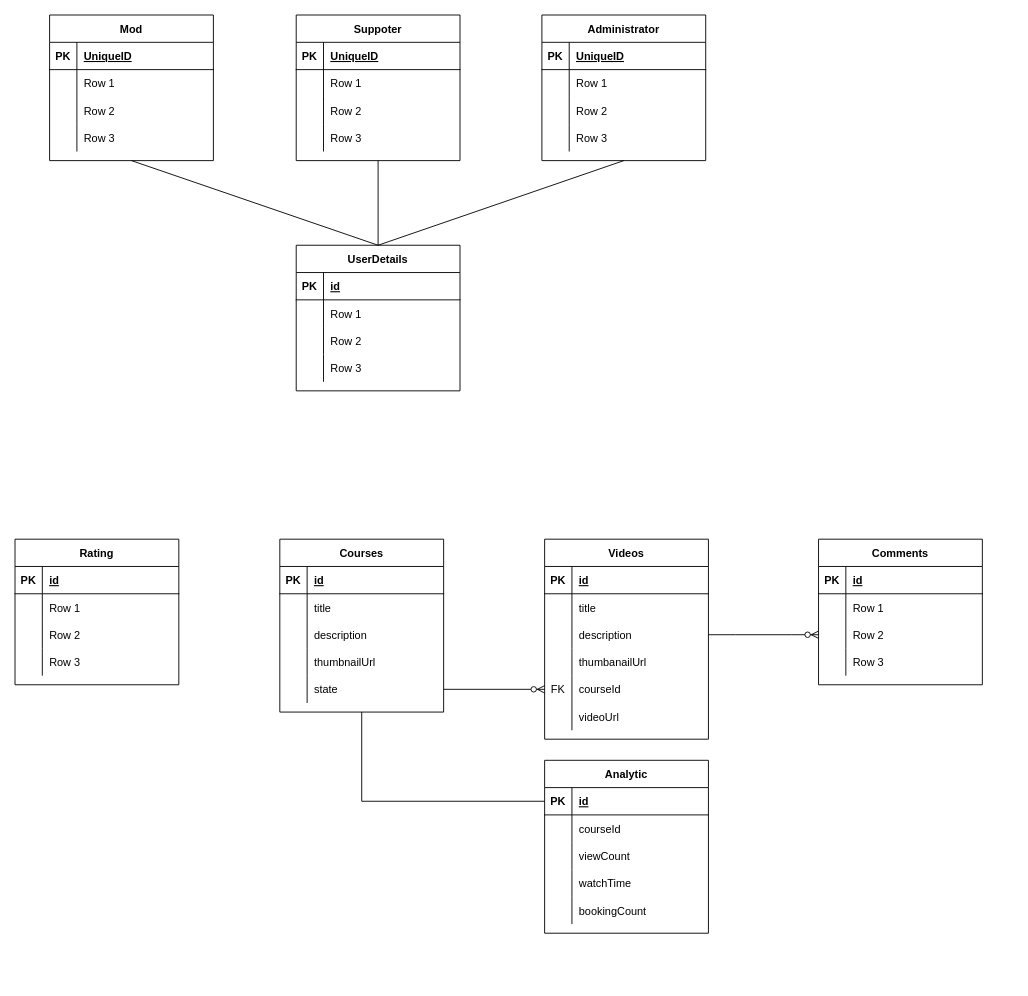
The draw.io diagram docs/database.drawio in asol25/ecommerce_desktop_app, before the edit. Source tidied: cells renumbered, new cells numbered last; positions are measured from the earlier drawing's top-left corner, leaving out a move shared by most shapes. Both pictures are drawn from the tidied source at 91%, with x=0, y=0 at pixel (15, 15).
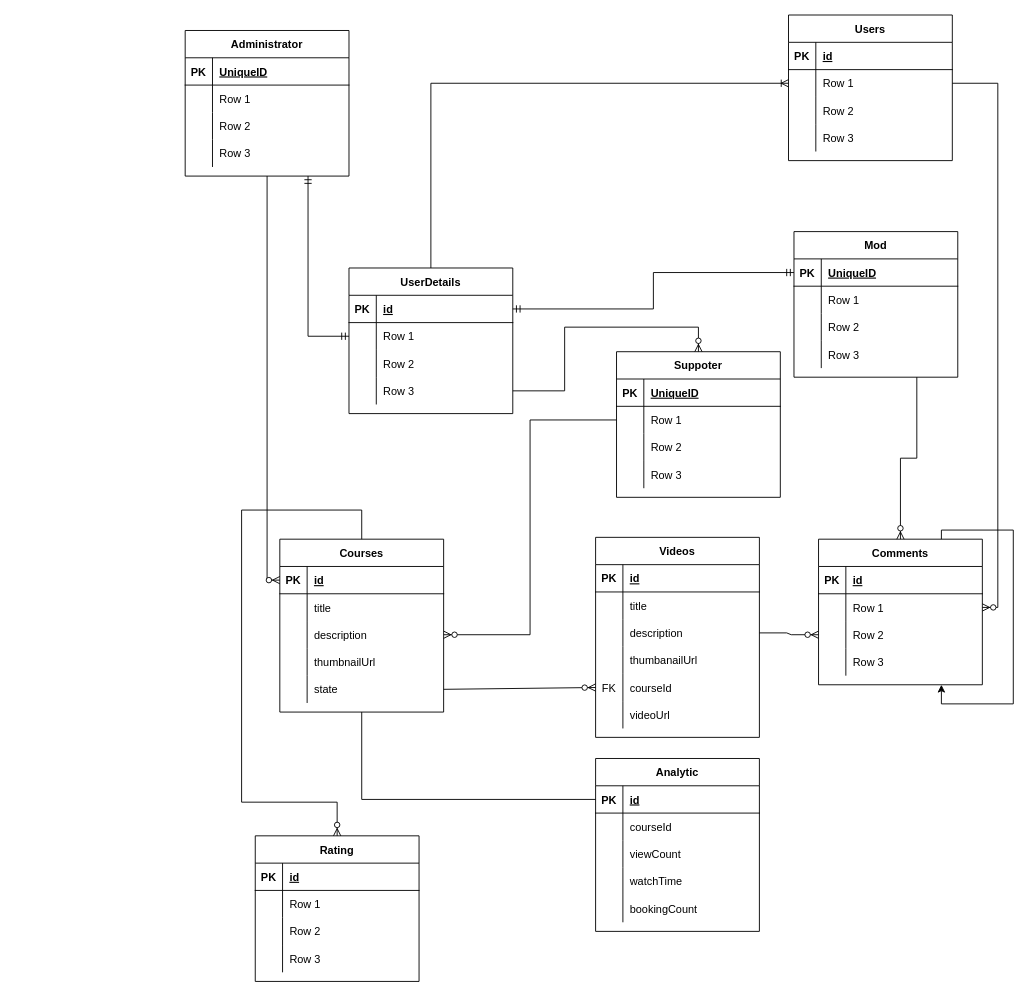
After the change.

Commit message (it also covers changes not shown here):
usecase && database diagram

Unchanged cells that the change refers to:
```xml
<mxCell id="2" value="Courses" style="shape=table;startSize=30;childLayout=tableLayout;rowLines=0;fontStyle=1;align=center;" parent="1" vertex="1">
  <mxGeometry x="291" y="576" width="180" height="190" as="geometry" />
</mxCell>
<mxCell id="3" style="shape=tableRow;horizontal=0;startSize=0;swimlaneHead=0;swimlaneBody=0;fillColor=none;points=[[0,0.5],[1,0.5]];portConstraint=eastwest;top=0;left=0;right=0;bottom=1;" parent="2" vertex="1">
  <mxGeometry y="30" width="180" height="30" as="geometry" />
</mxCell>
<mxCell id="9" style="shape=tableRow;horizontal=0;startSize=0;swimlaneHead=0;swimlaneBody=0;fillColor=none;points=[[0,0.5],[1,0.5]];portConstraint=eastwest;top=0;left=0;right=0;bottom=0;" parent="2" vertex="1">
  <mxGeometry y="90" width="180" height="30" as="geometry" />
</mxCell>
<mxCell id="68" style="shape=tableRow;horizontal=0;startSize=0;swimlaneHead=0;swimlaneBody=0;fillColor=none;points=[[0,0.5],[1,0.5]];portConstraint=eastwest;top=0;left=0;right=0;bottom=1;" parent="67" vertex="1">
  <mxGeometry y="30" width="180" height="30" as="geometry" />
</mxCell>
<mxCell id="71" style="shape=tableRow;horizontal=0;startSize=0;swimlaneHead=0;swimlaneBody=0;fillColor=none;points=[[0,0.5],[1,0.5]];portConstraint=eastwest;top=0;left=0;right=0;bottom=0;" parent="67" vertex="1">
  <mxGeometry y="60" width="180" height="30" as="geometry" />
</mxCell>
<mxCell id="77" style="shape=tableRow;horizontal=0;startSize=0;swimlaneHead=0;swimlaneBody=0;fillColor=none;points=[[0,0.5],[1,0.5]];portConstraint=eastwest;top=0;left=0;right=0;bottom=0;" parent="67" vertex="1">
  <mxGeometry y="120" width="180" height="30" as="geometry" />
</mxCell>
<mxCell id="97" style="shape=tableRow;horizontal=0;startSize=0;swimlaneHead=0;swimlaneBody=0;fillColor=none;points=[[0,0.5],[1,0.5]];portConstraint=eastwest;top=0;left=0;right=0;bottom=0;" parent="93" vertex="1">
  <mxGeometry y="60" width="180" height="30" as="geometry" />
</mxCell>
<mxCell id="107" style="shape=tableRow;horizontal=0;startSize=0;swimlaneHead=0;swimlaneBody=0;fillColor=none;points=[[0,0.5],[1,0.5]];portConstraint=eastwest;top=0;left=0;right=0;bottom=1;" parent="106" vertex="1">
  <mxGeometry y="30" width="180" height="30" as="geometry" />
</mxCell>
<mxCell id="122" value="Comments" style="shape=table;startSize=30;childLayout=tableLayout;rowLines=0;fontStyle=1;align=center;" parent="1" vertex="1">
  <mxGeometry x="883" y="576" width="180" height="160" as="geometry" />
</mxCell>
<mxCell id="126" style="shape=tableRow;horizontal=0;startSize=0;swimlaneHead=0;swimlaneBody=0;fillColor=none;points=[[0,0.5],[1,0.5]];portConstraint=eastwest;top=0;left=0;right=0;bottom=0;" parent="122" vertex="1">
  <mxGeometry y="60" width="180" height="30" as="geometry" />
</mxCell>
```

Diff of the diagram source:
```diff
@@
     <mxCell id="18" value="Videos" style="shape=table;startSize=30;childLayout=tableLayout;rowLines=0;fontStyle=1;align=center;" parent="1" vertex="1">
-      <mxGeometry x="582" y="576" width="180" height="219.8" as="geometry" />
+      <mxGeometry x="638" y="574" width="180" height="219.8" as="geometry" />
     </mxCell>
@@
     <mxCell id="37" value="Rating" style="shape=table;startSize=30;childLayout=tableLayout;rowLines=0;fontStyle=1;align=center;" parent="1" vertex="1">
-      <mxGeometry y="576" width="180" height="160" as="geometry" />
+      <mxGeometry x="264" y="902" width="180" height="160" as="geometry" />
     </mxCell>
@@
     <mxCell id="50" value="Analytic" style="shape=table;startSize=30;childLayout=tableLayout;rowLines=0;fontStyle=1;align=center;" parent="1" vertex="1">
-      <mxGeometry x="582" y="819" width="180" height="190" as="geometry" />
+      <mxGeometry x="638" y="817" width="180" height="190" as="geometry" />
     </mxCell>
@@
     <mxCell id="67" value="UserDetails" style="shape=table;startSize=30;childLayout=tableLayout;rowLines=0;fontStyle=1;align=center;" parent="1" vertex="1">
-      <mxGeometry x="309" y="253" width="180" height="160" as="geometry" />
+      <mxGeometry x="367" y="278" width="180" height="160" as="geometry" />
     </mxCell>
@@
     <mxCell id="80" value="Administrator" style="shape=table;startSize=30;childLayout=tableLayout;rowLines=0;fontStyle=1;align=center;" parent="1" vertex="1">
-      <mxGeometry x="579" width="180" height="160" as="geometry" />
+      <mxGeometry x="187" y="17" width="180" height="160" as="geometry" />
     </mxCell>
@@
     <mxCell id="93" value="Suppoter" style="shape=table;startSize=30;childLayout=tableLayout;rowLines=0;fontStyle=1;align=center;" parent="1" vertex="1">
-      <mxGeometry x="309" width="180" height="160" as="geometry" />
+      <mxGeometry x="661" y="370" width="180" height="160" as="geometry" />
     </mxCell>
@@
     <mxCell id="106" value="Mod" style="shape=table;startSize=30;childLayout=tableLayout;rowLines=0;fontStyle=1;align=center;" parent="1" vertex="1">
-      <mxGeometry x="38" width="180" height="160" as="geometry" />
+      <mxGeometry x="856" y="238" width="180" height="160" as="geometry" />
     </mxCell>
@@
-    <mxCell id="119" style="endArrow=none;html=1;rounded=0;entryX=0.5;entryY=0;entryDx=0;entryDy=0;exitX=0.5;exitY=1;exitDx=0;exitDy=0;" parent="1" edge="1" source="106" target="67">
-      <mxGeometry relative="1" as="geometry" />
-    </mxCell>
-    <mxCell id="120" style="endArrow=none;html=1;rounded=0;exitX=0.5;exitY=0;exitDx=0;exitDy=0;entryX=0.5;entryY=1;entryDx=0;entryDy=0;" parent="1" edge="1" source="67" target="93">
-      <mxGeometry relative="1" as="geometry" />
-    </mxCell>
-    <mxCell id="121" style="endArrow=none;html=1;rounded=0;entryX=0.5;entryY=1;entryDx=0;entryDy=0;exitX=0.5;exitY=0;exitDx=0;exitDy=0;" parent="1" edge="1" source="67" target="80">
-      <mxGeometry relative="1" as="geometry" />
-    </mxCell>
@@
+    <mxCell id="137" value="Users" style="shape=table;startSize=30;childLayout=tableLayout;rowLines=0;fontStyle=1;align=center;" parent="1" vertex="1">
+      <mxGeometry x="850" width="180" height="160" as="geometry" />
+    </mxCell>
+    <mxCell id="138" style="shape=tableRow;horizontal=0;startSize=0;swimlaneHead=0;swimlaneBody=0;fillColor=none;top=0;left=0;right=0;bottom=1;" parent="137" vertex="1">
+      <mxGeometry y="30" width="180" height="30" as="geometry" />
+    </mxCell>
+    <mxCell id="139" value="PK" style="shape=partialRectangle;fillColor=none;top=0;left=0;bottom=0;right=0;fontStyle=1;overflow=hidden;" parent="138" vertex="1">
+      <mxGeometry width="30" height="30" as="geometry" />
+    </mxCell>
+    <mxCell id="140" value="id" style="shape=partialRectangle;fillColor=none;top=0;left=0;bottom=0;right=0;align=left;spacingLeft=6;fontStyle=5;overflow=hidden;" parent="138" vertex="1">
+      <mxGeometry x="30" width="150" height="30" as="geometry" />
+    </mxCell>
+    <mxCell id="141" style="shape=tableRow;horizontal=0;startSize=0;swimlaneHead=0;swimlaneBody=0;fillColor=none;points=[[0,0.5],[1,0.5]];portConstraint=eastwest;top=0;left=0;right=0;bottom=0;" parent="137" vertex="1">
+      <mxGeometry y="60" width="180" height="30" as="geometry" />
+    </mxCell>
+    <mxCell id="142" style="shape=partialRectangle;fillColor=none;top=0;left=0;bottom=0;right=0;overflow=hidden;" parent="141" vertex="1">
+      <mxGeometry width="30" height="30" as="geometry" />
+    </mxCell>
+    <mxCell id="143" value="Row 1" style="shape=partialRectangle;fillColor=none;top=0;left=0;bottom=0;right=0;align=left;spacingLeft=6;overflow=hidden;" parent="141" vertex="1">
+      <mxGeometry x="30" width="150" height="30" as="geometry" />
+    </mxCell>
+    <mxCell id="144" style="shape=tableRow;horizontal=0;startSize=0;swimlaneHead=0;swimlaneBody=0;fillColor=none;top=0;left=0;right=0;bottom=0;" parent="137" vertex="1">
+      <mxGeometry y="90" width="180" height="30" as="geometry" />
+    </mxCell>
+    <mxCell id="145" style="shape=partialRectangle;fillColor=none;top=0;left=0;bottom=0;right=0;overflow=hidden;" parent="144" vertex="1">
+      <mxGeometry width="30" height="30" as="geometry" />
+    </mxCell>
+    <mxCell id="146" value="Row 2" style="shape=partialRectangle;fillColor=none;top=0;left=0;bottom=0;right=0;align=left;spacingLeft=6;overflow=hidden;" parent="144" vertex="1">
+      <mxGeometry x="30" width="150" height="30" as="geometry" />
+    </mxCell>
+    <mxCell id="147" style="shape=tableRow;horizontal=0;startSize=0;swimlaneHead=0;swimlaneBody=0;fillColor=none;top=0;left=0;right=0;bottom=0;" parent="137" vertex="1">
+      <mxGeometry y="120" width="180" height="30" as="geometry" />
+    </mxCell>
+    <mxCell id="148" style="shape=partialRectangle;fillColor=none;top=0;left=0;bottom=0;right=0;overflow=hidden;" parent="147" vertex="1">
+      <mxGeometry width="30" height="30" as="geometry" />
+    </mxCell>
+    <mxCell id="149" value="Row 3" style="shape=partialRectangle;fillColor=none;top=0;left=0;bottom=0;right=0;align=left;spacingLeft=6;overflow=hidden;" parent="147" vertex="1">
+      <mxGeometry x="30" width="150" height="30" as="geometry" />
+    </mxCell>
+    <mxCell id="150" style="fontSize=12;html=1;endArrow=ERzeroToMany;endFill=1;rounded=0;entryX=0.5;entryY=0;entryDx=0;entryDy=0;exitX=0.75;exitY=1;exitDx=0;exitDy=0;edgeStyle=orthogonalEdgeStyle;" parent="1" edge="1" source="106" target="122">
+      <mxGeometry relative="1" as="geometry" />
+    </mxCell>
+    <mxCell id="151" style="endArrow=classic;html=1;rounded=0;exitX=0.75;exitY=0;exitDx=0;exitDy=0;edgeStyle=orthogonalEdgeStyle;entryX=0.75;entryY=1;entryDx=0;entryDy=0;" parent="1" edge="1" source="122" target="122">
+      <mxGeometry relative="1" as="geometry">
+        <Array as="points">
+          <mxPoint x="1018" y="566" />
+          <mxPoint x="1097" y="566" />
+          <mxPoint x="1097" y="757" />
+          <mxPoint x="1018" y="757" />
+        </Array>
+      </mxGeometry>
+    </mxCell>
+    <mxCell id="152" style="edgeStyle=orthogonalEdgeStyle;fontSize=12;html=1;endArrow=ERzeroToMany;endFill=1;rounded=0;entryX=0.5;entryY=0;entryDx=0;entryDy=0;exitX=0.5;exitY=0;exitDx=0;exitDy=0;" parent="1" edge="1" source="2" target="37">
+      <mxGeometry relative="1" as="geometry">
+        <Array as="points">
+          <mxPoint x="381" y="544" />
+          <mxPoint x="249" y="544" />
+          <mxPoint x="249" y="865" />
+          <mxPoint x="354" y="865" />
+        </Array>
+      </mxGeometry>
+    </mxCell>
+    <mxCell id="153" style="fontSize=12;html=1;endArrow=ERzeroToMany;endFill=1;rounded=0;exitX=1;exitY=0.5;exitDx=0;exitDy=0;entryX=1;entryY=0.5;entryDx=0;entryDy=0;edgeStyle=orthogonalEdgeStyle;" parent="1" edge="1" source="141" target="126">
+      <mxGeometry relative="1" as="geometry">
+        <Array as="points">
+          <mxPoint x="1080" y="75" />
+          <mxPoint x="1080" y="651" />
+        </Array>
+      </mxGeometry>
+    </mxCell>
+    <mxCell id="154" style="edgeStyle=orthogonalEdgeStyle;fontSize=12;html=1;endArrow=ERzeroToMany;endFill=1;rounded=0;entryX=1;entryY=0.5;entryDx=0;entryDy=0;exitX=0;exitY=0.5;exitDx=0;exitDy=0;" parent="1" edge="1" source="97" target="9">
+      <mxGeometry relative="1" as="geometry" />
+    </mxCell>
+    <mxCell id="155" style="edgeStyle=orthogonalEdgeStyle;fontSize=12;html=1;endArrow=ERzeroToMany;endFill=1;rounded=0;exitX=0.5;exitY=1;exitDx=0;exitDy=0;entryX=0;entryY=0.5;entryDx=0;entryDy=0;" parent="1" edge="1" source="80" target="3">
+      <mxGeometry relative="1" as="geometry" />
+    </mxCell>
+    <mxCell id="156" style="edgeStyle=orthogonalEdgeStyle;fontSize=12;html=1;endArrow=ERoneToMany;rounded=0;exitX=0.5;exitY=0;exitDx=0;exitDy=0;entryX=0;entryY=0.5;entryDx=0;entryDy=0;" parent="1" edge="1" source="67" target="141">
+      <mxGeometry relative="1" as="geometry" />
+    </mxCell>
+    <mxCell id="157" style="edgeStyle=orthogonalEdgeStyle;fontSize=12;html=1;endArrow=ERmandOne;startArrow=ERmandOne;rounded=0;entryX=0;entryY=0.5;entryDx=0;entryDy=0;exitX=0.75;exitY=1;exitDx=0;exitDy=0;" parent="1" edge="1" source="80" target="71">
+      <mxGeometry relative="1" as="geometry" />
+    </mxCell>
+    <mxCell id="158" style="edgeStyle=orthogonalEdgeStyle;fontSize=12;html=1;endArrow=ERmandOne;startArrow=ERmandOne;rounded=0;exitX=1;exitY=0.5;exitDx=0;exitDy=0;entryX=0;entryY=0.5;entryDx=0;entryDy=0;" parent="1" edge="1" source="68" target="107">
+      <mxGeometry relative="1" as="geometry" />
+    </mxCell>
+    <mxCell id="159" style="edgeStyle=orthogonalEdgeStyle;fontSize=12;html=1;endArrow=ERzeroToMany;endFill=1;rounded=0;exitX=1;exitY=0.5;exitDx=0;exitDy=0;entryX=0.5;entryY=0;entryDx=0;entryDy=0;" parent="1" edge="1" source="77" target="93">
+      <mxGeometry relative="1" as="geometry">
+        <Array as="points">
+          <mxPoint x="604" y="413" />
+          <mxPoint x="604" y="343" />
+          <mxPoint x="751" y="343" />
+        </Array>
+      </mxGeometry>
+    </mxCell>
```
